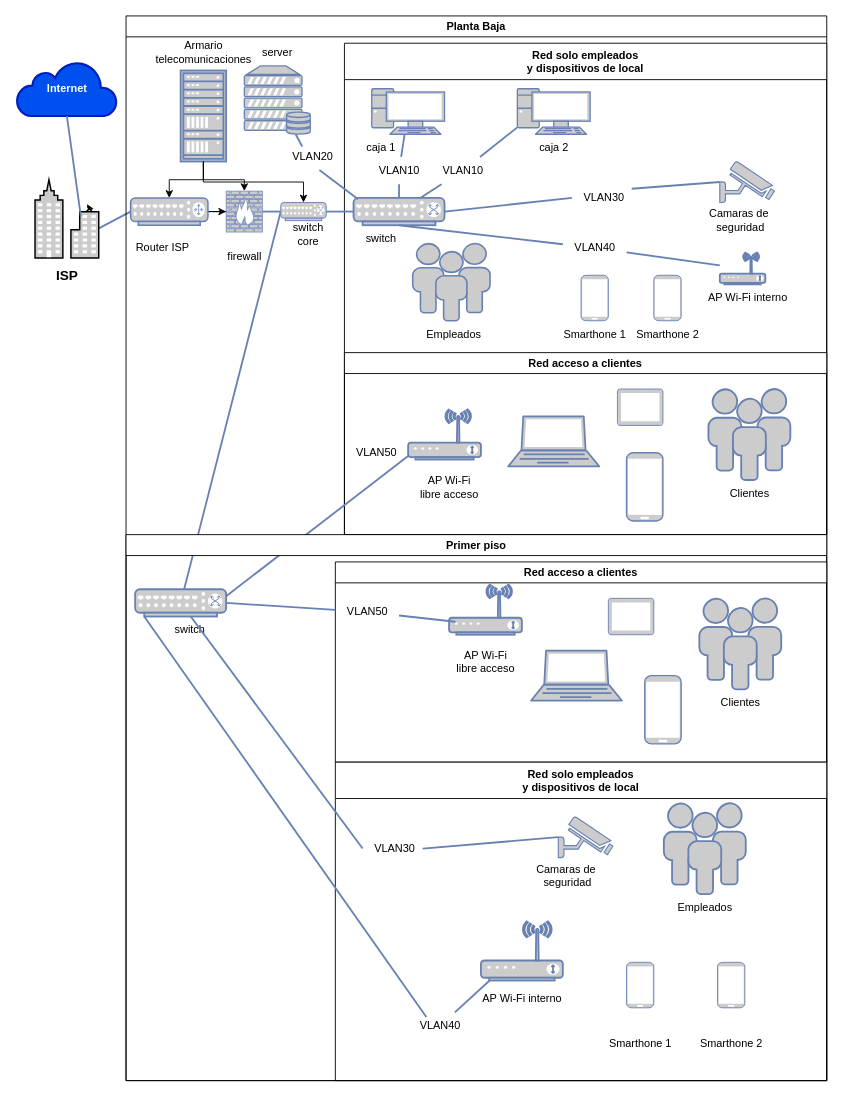
This is Diagrama-red5-Melgarejo.drawio from monick96/diagramasVarios, a draw.io file, before an edit. Source tidied: cells renumbered, new cells numbered last; positions are measured from the earlier drawing's top-left corner, leaving out a move shared by most shapes. Both pictures are drawn from the tidied source at 91%, with x=0, y=0 at pixel (16, 15).
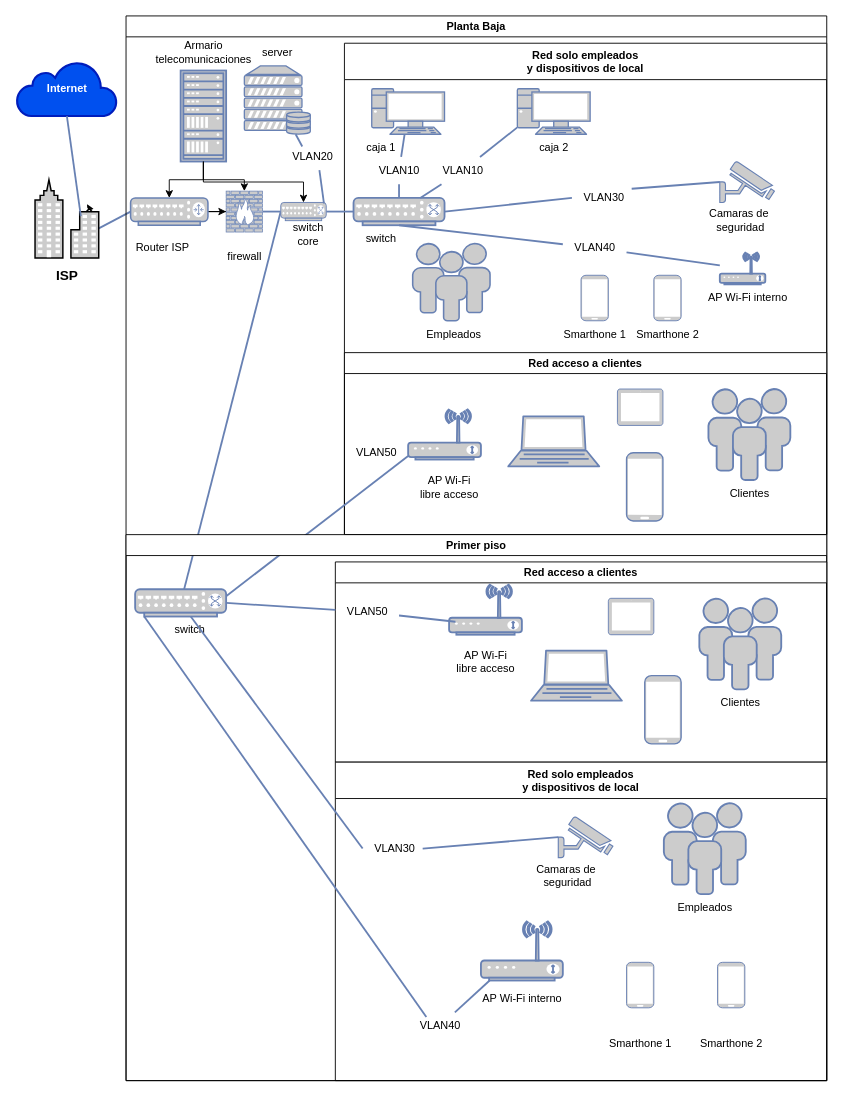
After the change.

The change refers to these unchanged cells:
```xml
<mxCell id="6" value="Planta Baja" style="swimlane;" parent="1" vertex="1">
  <mxGeometry x="120" width="770" height="1170" as="geometry" />
</mxCell>
<mxCell id="21" style="fontColor=#0066CC;verticalAlign=top;verticalLabelPosition=bottom;labelPosition=center;align=center;html=1;outlineConnect=0;fillColor=#CCCCCC;strokeColor=#6881B3;gradientColor=none;gradientDirection=north;strokeWidth=2;shape=mxgraph.networks.switch;" parent="15" vertex="1">
  <mxGeometry x="10" y="170" width="100" height="30" as="geometry" />
</mxCell>
<mxCell id="89" style="fontColor=#0066CC;verticalAlign=top;verticalLabelPosition=bottom;labelPosition=center;align=center;html=1;outlineConnect=0;fillColor=#CCCCCC;strokeColor=#6881B3;gradientColor=none;gradientDirection=north;strokeWidth=2;shape=mxgraph.networks.switch;" parent="6" vertex="1">
  <mxGeometry x="170" y="205" width="50" height="20" as="geometry" />
</mxCell>
<mxCell id="94" value="VLAN20" style="text;html=1;align=center;verticalAlign=middle;points=[];strokeColor=none;fillColor=none;" parent="6" vertex="1">
  <mxGeometry x="170" y="140" width="70" height="30" as="geometry" />
</mxCell>
```

The edit, as a diff of the source:
```diff
@@
-    <mxCell id="95" style="edgeStyle=none;rounded=0;html=1;labelBackgroundColor=none;endArrow=none;strokeColor=#6881B3;strokeWidth=2;fontFamily=Verdana;fontSize=28;fontColor=#0066CC;exitX=0.05;exitY=0.05;exitDx=0;exitDy=0;exitPerimeter=0;entryX=0.607;entryY=0.98;entryDx=0;entryDy=0;entryPerimeter=0;" parent="6" edge="1" source="21" target="94">
+    <mxCell id="95" style="edgeStyle=none;rounded=0;html=1;labelBackgroundColor=none;endArrow=none;strokeColor=#6881B3;strokeWidth=2;fontFamily=Verdana;fontSize=28;fontColor=#0066CC;exitX=0.95;exitY=0.05;exitDx=0;exitDy=0;exitPerimeter=0;entryX=0.607;entryY=0.98;entryDx=0;entryDy=0;entryPerimeter=0;" parent="6" edge="1" source="89" target="94">
       <mxGeometry relative="1" as="geometry" />
     </mxCell>
```
